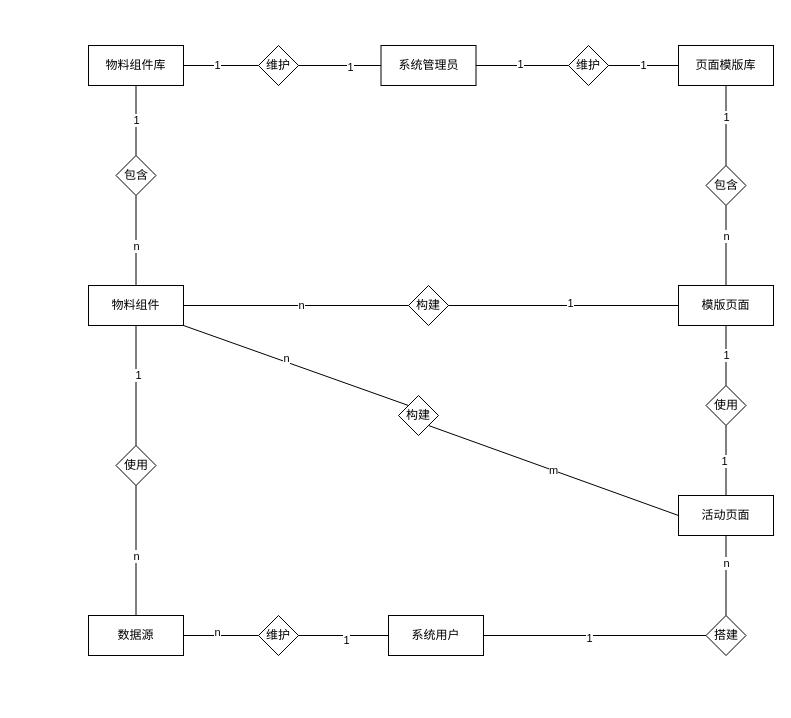
This is 新E-R 图.drawio from yuxinyu12345/diagrams, a draw.io file, before an edit. Source tidied: cells renumbered, new cells numbered last; positions are measured from the earlier drawing's top-left corner, leaving out a move shared by most shapes. Both pictures are drawn from the tidied source at 100%, with x=0, y=0 at pixel (88, 45).
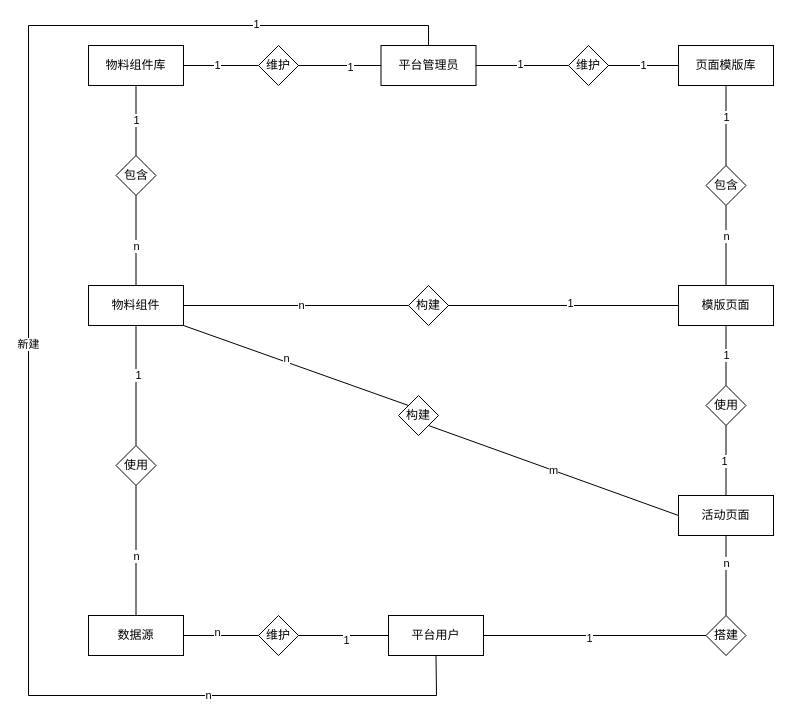
The same page after the edit.

What changed in the source:
```diff
@@
-    <mxCell id="2" value="系统管理员" style="rounded=0;whiteSpace=wrap;html=1;" parent="1" vertex="1">
+    <mxCell id="2" value="平台管理员" style="rounded=0;whiteSpace=wrap;html=1;" parent="1" vertex="1">
       <mxGeometry x="292.5" width="95" height="40" as="geometry" />
     </mxCell>
@@
-    <mxCell id="9" value="系统用户" style="rounded=0;whiteSpace=wrap;html=1;" parent="1" vertex="1">
+    <mxCell id="9" value="平台用户" style="rounded=0;whiteSpace=wrap;html=1;" parent="1" vertex="1">
       <mxGeometry x="300" y="570" width="95" height="40" as="geometry" />
     </mxCell>
@@
+    <mxCell id="57" style="endArrow=none;html=1;rounded=0;entryX=0.5;entryY=0;entryDx=0;entryDy=0;exitX=0.5;exitY=1;exitDx=0;exitDy=0;" parent="1" edge="1" source="9" target="2">
+      <mxGeometry relative="1" as="geometry">
+        <Array as="points">
+          <mxPoint x="348" y="650" />
+          <mxPoint x="-60" y="650" />
+          <mxPoint x="-60" y="-20" />
+          <mxPoint x="340" y="-20" />
+        </Array>
+      </mxGeometry>
+    </mxCell>
+    <mxCell id="58" value="新建" style="edgeLabel;html=1;align=center;verticalAlign=middle;" parent="57" vertex="1">
+      <mxGeometry x="0.04" y="1" relative="1" as="geometry" />
+    </mxCell>
+    <mxCell id="59" value="1" style="edgeLabel;html=1;align=center;verticalAlign=middle;" parent="57" vertex="1">
+      <mxGeometry x="0.75" y="2" relative="1" as="geometry" />
+    </mxCell>
+    <mxCell id="60" value="n" style="edgeLabel;html=1;align=center;verticalAlign=middle;" parent="57" vertex="1">
+      <mxGeometry x="-0.65" y="-1" relative="1" as="geometry" />
+    </mxCell>
```
